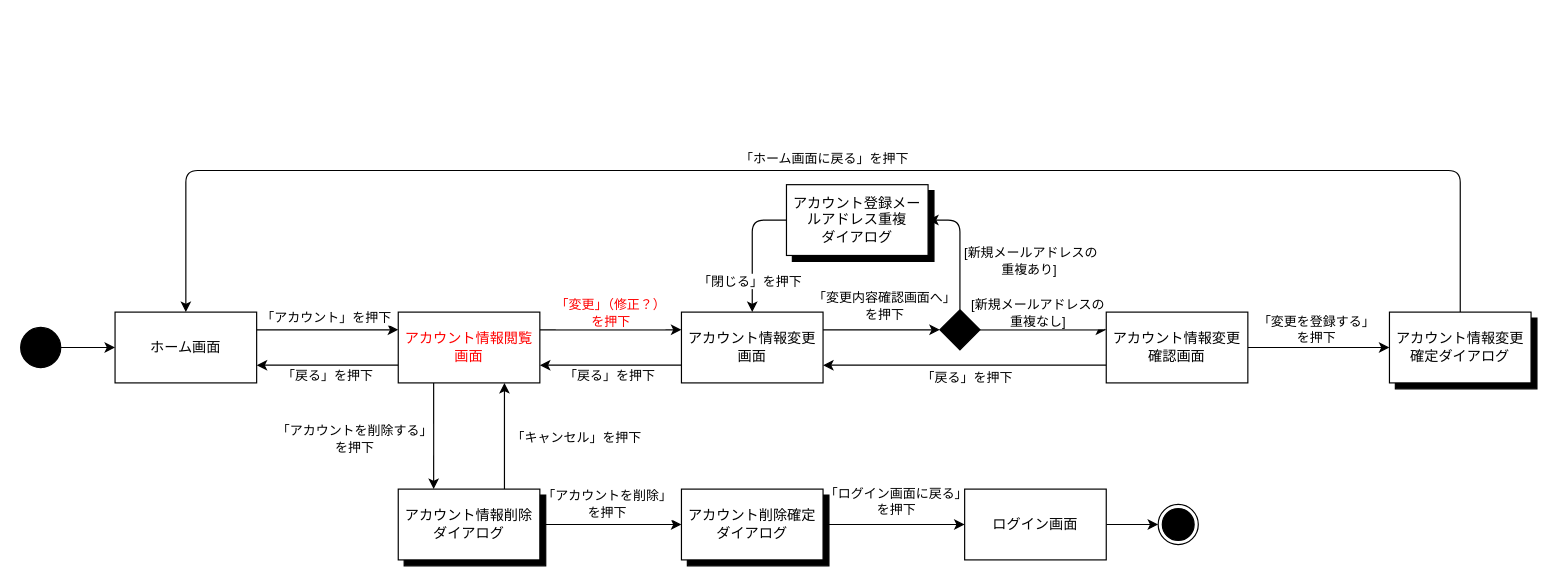
The draw.io diagram page "アカウント" (3 of 6) of desing/STD.dio in miyong00/ServerProgramming-2026, before the edit. Source tidied: cells renumbered, new cells numbered last; positions are measured from the earlier drawing's top-left corner, leaving out a move shared by most shapes. Both pictures are drawn from the tidied source at 118%, with x=0, y=0 at pixel (20, 170).
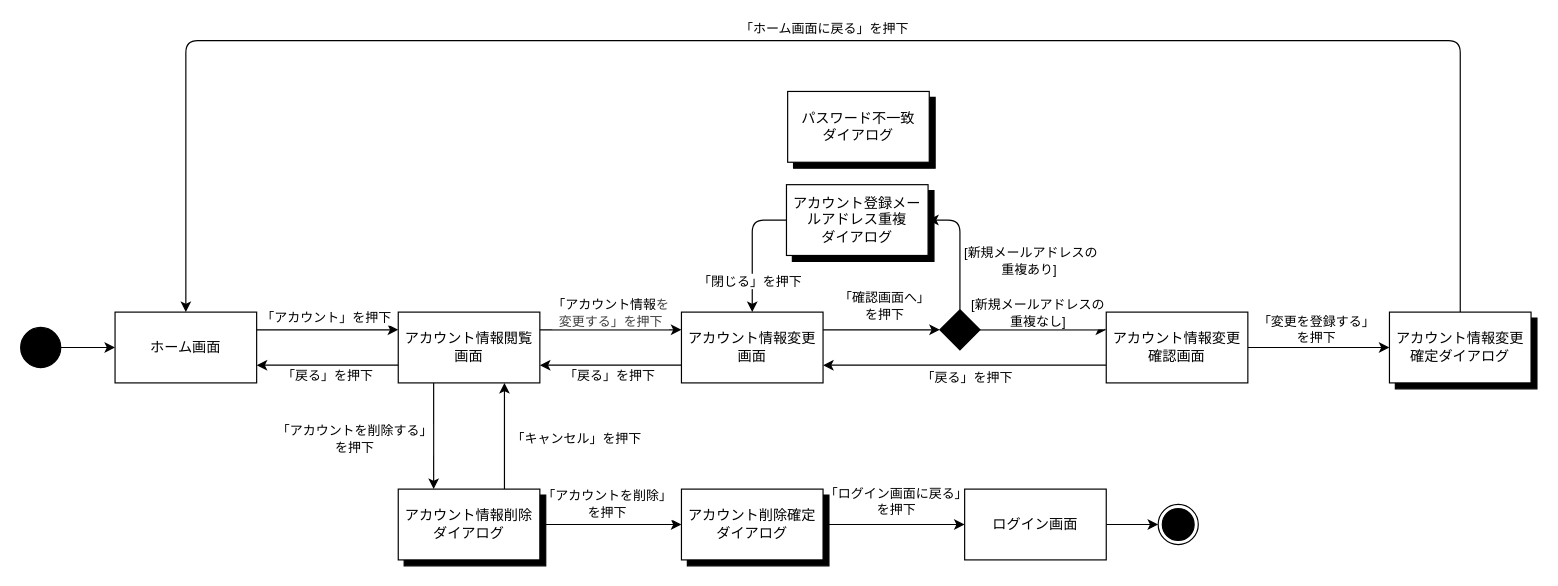
After the change.

Unchanged cells that the change refers to:
```xml
<mxCell id="4" value="ホーム画面" style="rounded=0;whiteSpace=wrap;html=1;" parent="1" vertex="1">
  <mxGeometry x="80" y="120" width="120" height="60" as="geometry" />
</mxCell>
<mxCell id="9" style="edgeStyle=none;html=1;exitX=1;exitY=0.25;exitDx=0;exitDy=0;entryX=0;entryY=0.25;entryDx=0;entryDy=0;" parent="1" edge="1" source="13" target="18">
  <mxGeometry relative="1" as="geometry" />
</mxCell>
<mxCell id="16" style="edgeStyle=none;html=1;exitX=1;exitY=0.25;exitDx=0;exitDy=0;entryX=0;entryY=0.5;entryDx=0;entryDy=0;" parent="1" edge="1" source="18" target="30">
  <mxGeometry relative="1" as="geometry" />
</mxCell>
<mxCell id="38" value="アカウント情報変更確定ダイアログ" style="rounded=0;whiteSpace=wrap;html=1;" parent="36" vertex="1">
  <mxGeometry width="120" height="60" as="geometry" />
</mxCell>
```

What changed in the source:
```diff
@@
-    <mxCell id="10" value="&lt;span style=&quot;color: rgb(255, 0, 0);&quot;&gt;「変更」（修正？）&lt;/span&gt;&lt;div&gt;&lt;span style=&quot;color: rgb(255, 0, 0);&quot;&gt;を押下&lt;/span&gt;&lt;/div&gt;" style="edgeLabel;html=1;align=center;verticalAlign=middle;" parent="9" vertex="1">
+    <mxCell id="10" value="「アカウント情報&lt;span style=&quot;color: rgb(63, 63, 63); background-color: light-dark(#ffffff, var(--ge-dark-color, #121212));&quot;&gt;を&lt;/span&gt;&lt;div&gt;&lt;span style=&quot;background-color: light-dark(#ffffff, var(--ge-dark-color, #121212)); color: rgb(63, 63, 63);&quot;&gt;変更する」&lt;/span&gt;&lt;span style=&quot;color: rgb(63, 63, 63); background-color: light-dark(#ffffff, var(--ge-dark-color, #121212));&quot;&gt;を押下&lt;/span&gt;&lt;/div&gt;" style="edgeLabel;html=1;align=center;verticalAlign=middle;" parent="9" vertex="1">
       <mxGeometry x="-0.01" relative="1" as="geometry">
         <mxPoint y="-15" as="offset" />
       </mxGeometry>
     </mxCell>
@@
-    <mxCell id="13" value="&lt;span style=&quot;color: rgb(255, 0, 0);&quot;&gt;アカウント情報閲覧画面&lt;/span&gt;" style="rounded=0;whiteSpace=wrap;html=1;" parent="1" vertex="1">
+    <mxCell id="13" value="&lt;span style=&quot;color: rgb(0, 0, 0);&quot;&gt;アカウント情報閲覧画面&lt;/span&gt;" style="rounded=0;whiteSpace=wrap;html=1;" parent="1" vertex="1">
       <mxGeometry x="320" y="120" width="120" height="60" as="geometry" />
     </mxCell>
@@
-    <mxCell id="17" value="「変更内容確認画面へ」&lt;div&gt;を押下&lt;/div&gt;" style="edgeLabel;html=1;align=center;verticalAlign=middle;" parent="16" vertex="1">
+    <mxCell id="17" value="「確認画面へ」&lt;div&gt;を押下&lt;/div&gt;" style="edgeLabel;html=1;align=center;verticalAlign=middle;" parent="16" vertex="1">
       <mxGeometry x="-0.13" relative="1" as="geometry">
         <mxPoint x="8" y="-21" as="offset" />
       </mxGeometry>
     </mxCell>
@@
     <mxCell id="24" style="edgeStyle=orthogonalEdgeStyle;html=1;exitX=0.5;exitY=0;exitDx=0;exitDy=0;entryX=0.5;entryY=0;entryDx=0;entryDy=0;" parent="1" edge="1" source="38" target="4">
       <mxGeometry relative="1" as="geometry">
         <Array as="points">
-          <mxPoint x="1220" />
-          <mxPoint x="140" />
+          <mxPoint x="1220" y="-110" />
+          <mxPoint x="140" y="-110" />
         </Array>
       </mxGeometry>
     </mxCell>
@@
+    <mxCell id="56" style="group;" parent="1" vertex="1">
+      <mxGeometry x="650" y="-67" width="125" height="65" as="geometry" />
+    </mxCell>
+    <mxCell id="57" style="verticalLabelPosition=bottom;verticalAlign=top;html=1;shape=mxgraph.basic.rect;fillColor2=none;strokeWidth=1;size=20;indent=5;fillColor=#000000;" parent="56" vertex="1">
+      <mxGeometry x="5" y="5" width="120" height="60" as="geometry" />
+    </mxCell>
+    <mxCell id="58" value="パスワード不一致&lt;br&gt;&lt;div&gt;ダイアログ&lt;/div&gt;" style="rounded=0;whiteSpace=wrap;html=1;" parent="56" vertex="1">
+      <mxGeometry width="120" height="60" as="geometry" />
+    </mxCell>
```
